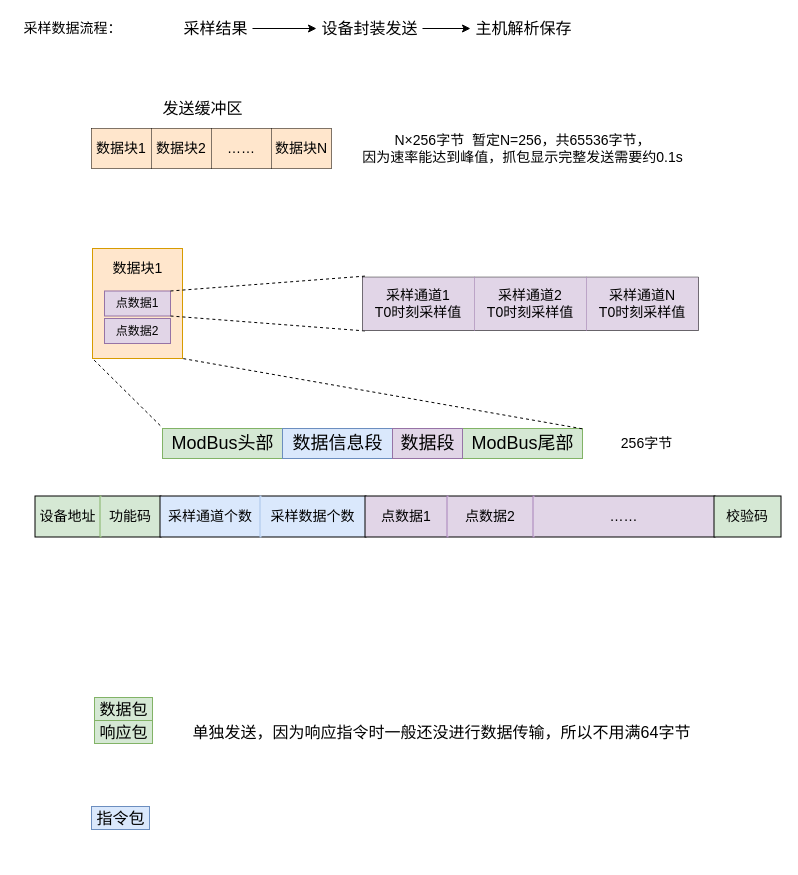
Before: page "数据块组织" (3 of 6) of Untitled Diagram.drawio in fuxinsen/test, a draw.io diagram. Source tidied: cells renumbered, new cells numbered last; positions are measured from the earlier drawing's top-left corner, leaving out a move shared by most shapes. Both pictures are drawn from the tidied source at 100%, with x=0, y=0 at pixel (17, 16).
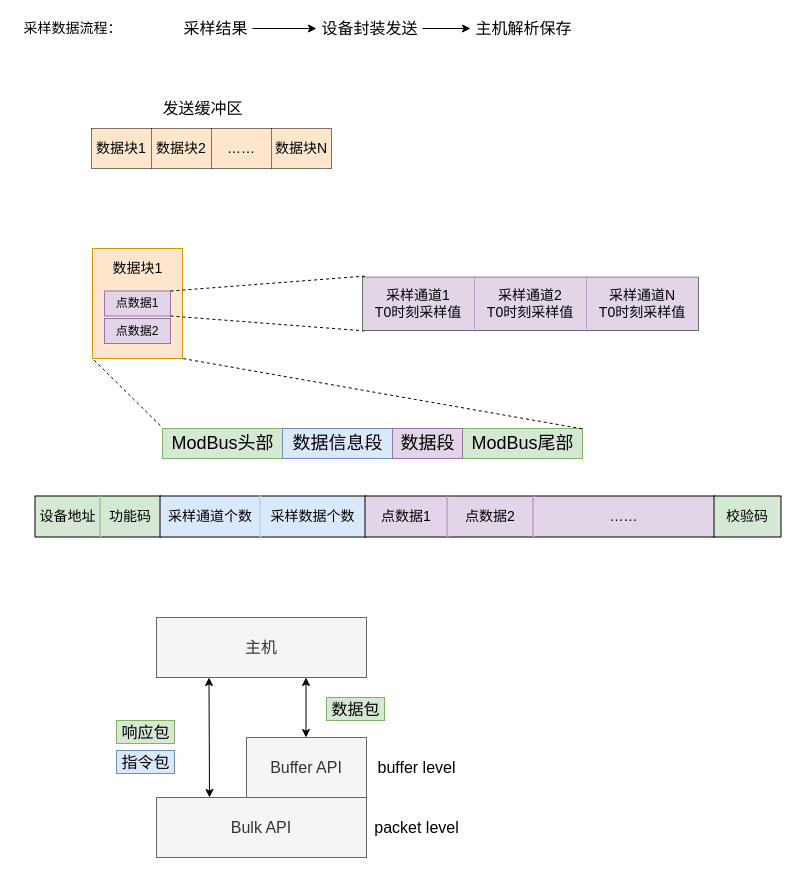
Above is the later version.

The edit, as a diff of the source:
```diff
@@
-    <mxCell id="36" value="256字节" style="text;html=1;align=center;verticalAlign=middle;strokeColor=none;fontSize=14;" parent="1" vertex="1">
-      <mxGeometry x="594" y="417" width="70" height="20" as="geometry" />
-    </mxCell>
-    <mxCell id="37" value="N×256字节&amp;nbsp; 暂定N=256，共65536字节，&lt;br&gt;因为速率能达到峰值，抓包显示完整发送需要约0.1s" style="text;html=1;align=center;verticalAlign=middle;strokeColor=none;fontSize=14;" parent="1" vertex="1">
-      <mxGeometry x="335" y="112" width="340" height="40" as="geometry" />
-    </mxCell>
@@
+    <mxCell id="48" value="Buffer API" style="rounded=0;whiteSpace=wrap;html=1;shadow=0;fontSize=16;fontColor=#333333;startSize=0;strokeColor=#666666;strokeWidth=1;fillColor=#f5f5f5;align=center;" parent="1" vertex="1">
+      <mxGeometry x="229" y="721" width="120" height="60" as="geometry" />
+    </mxCell>
+    <mxCell id="49" value="Bulk API" style="rounded=0;whiteSpace=wrap;html=1;shadow=0;fontSize=16;startSize=0;strokeWidth=1;align=center;fillColor=#f5f5f5;strokeColor=#666666;fontColor=#333333;" parent="1" vertex="1">
+      <mxGeometry x="139" y="781" width="210" height="60" as="geometry" />
+    </mxCell>
+    <mxCell id="50" style="endArrow=classic;startArrow=classic;html=1;fontSize=16;fontColor=#000000;strokeWidth=1;" parent="1" edge="1">
+      <mxGeometry relative="1" as="geometry">
+        <mxPoint x="288.5" y="721" as="sourcePoint" />
+        <mxPoint x="288.5" y="661" as="targetPoint" />
+      </mxGeometry>
+    </mxCell>
+    <mxCell id="51" value="主机" style="rounded=0;whiteSpace=wrap;html=1;shadow=0;fontSize=16;startSize=0;strokeWidth=1;align=center;fillColor=#f5f5f5;strokeColor=#666666;fontColor=#333333;" parent="1" vertex="1">
+      <mxGeometry x="139" y="601" width="210" height="60" as="geometry" />
+    </mxCell>
+    <mxCell id="52" value="packet level" style="text;html=1;align=center;verticalAlign=middle;strokeColor=none;fontSize=16;fontColor=#000000;" parent="1" vertex="1">
+      <mxGeometry x="349" y="801" width="100" height="20" as="geometry" />
+    </mxCell>
+    <mxCell id="53" value="buffer level" style="text;html=1;align=center;verticalAlign=middle;strokeColor=none;fontSize=16;fontColor=#000000;" parent="1" vertex="1">
+      <mxGeometry x="354" y="741" width="90" height="20" as="geometry" />
+    </mxCell>
     <mxCell id="44" value="数据包" style="text;html=1;align=center;verticalAlign=middle;strokeColor=#82b366;fontSize=16;fillColor=#d5e8d4;" parent="1" vertex="1">
-      <mxGeometry x="77" y="681" width="58" height="23" as="geometry" />
+      <mxGeometry x="309" y="681" width="58" height="23" as="geometry" />
     </mxCell>
     <mxCell id="45" value="响应包" style="text;html=1;align=center;verticalAlign=middle;strokeColor=#82b366;fontSize=16;fillColor=#d5e8d4;" parent="1" vertex="1">
-      <mxGeometry x="77" y="704" width="58" height="23" as="geometry" />
+      <mxGeometry x="99" y="704" width="58" height="23" as="geometry" />
     </mxCell>
-    <mxCell id="46" value="单独发送，因为响应指令时一般还没进行数据传输，所以不用满64字节" style="text;html=1;align=center;verticalAlign=middle;strokeColor=none;fontSize=16;fontColor=#000000;" parent="1" vertex="1">
-      <mxGeometry x="170" y="704" width="508" height="23" as="geometry" />
-    </mxCell>
     <mxCell id="47" value="指令包" style="text;html=1;align=center;verticalAlign=middle;strokeColor=#6c8ebf;fontSize=16;fillColor=#dae8fc;" parent="1" vertex="1">
-      <mxGeometry x="74" y="790" width="58" height="23" as="geometry" />
+      <mxGeometry x="99" y="734" width="58" height="23" as="geometry" />
     </mxCell>
+    <mxCell id="54" style="endArrow=classic;startArrow=classic;html=1;entryX=0.25;entryY=1;entryDx=0;entryDy=0;" parent="1" edge="1" target="51">
+      <mxGeometry relative="1" as="geometry">
+        <mxPoint x="192" y="781" as="sourcePoint" />
+      </mxGeometry>
+    </mxCell>
```
